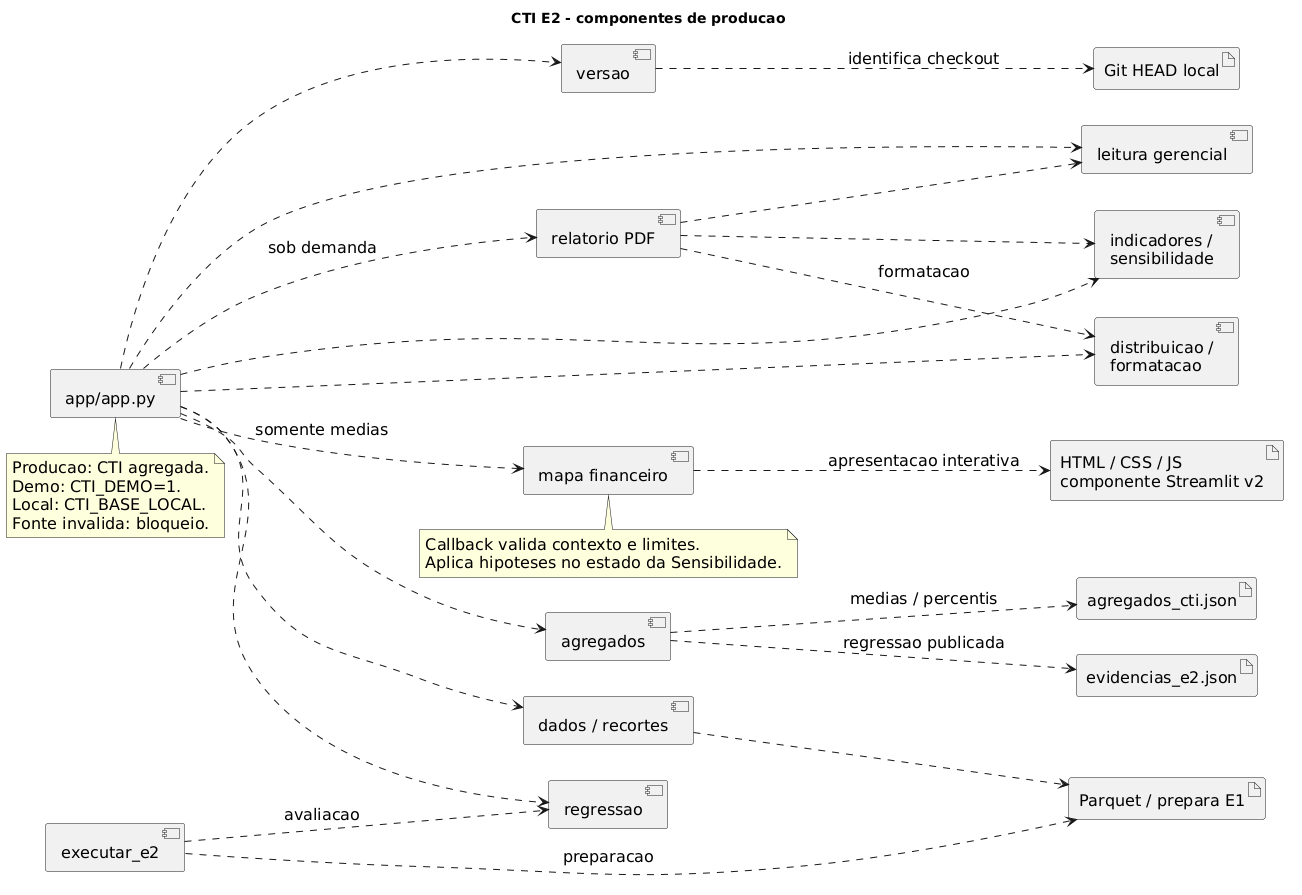
This is documentos/Entrega 2/ES e ML/componentes.png from 2026-2-NCC4/Projeto6, a PlantUML export, as it was before one commit.
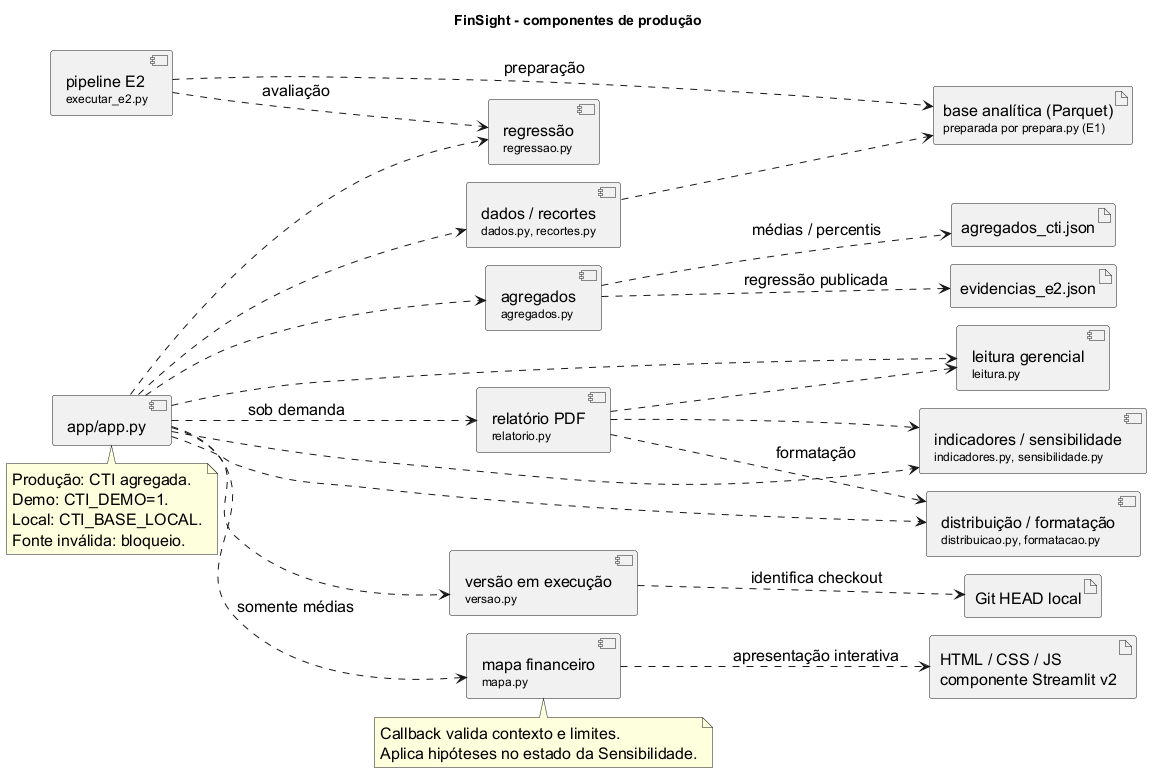
The same diagram one commit later.

Commit message:
docs: renderiza UML revisados e inclui implantacao no PDF de Engenharia

Diff of the diagram source:
```diff
@@ -1,24 +1,25 @@
 @startuml
-title CTI E2 - componentes de producao
+!pragma layout smetana
+title FinSight - componentes de produção
 left to right direction
 skinparam componentStyle uml2
 skinparam defaultFontSize 16
 skinparam backgroundColor white
 component "app/app.py" as App
-component "dados / recortes" as Dados
-component "indicadores /\nsensibilidade" as KPI
-component "distribuicao /\nformatacao" as Dist
-component agregados as Ag
-component regressao as Reg
-component executar_e2 as Exec
-component versao as Versao
-component "leitura gerencial" as Leitura
-component "relatorio PDF" as Relatorio
-component "mapa financeiro" as Mapa
+component "dados / recortes\n<size:12>dados.py, recortes.py</size>" as Dados
+component "indicadores / sensibilidade\n<size:12>indicadores.py, sensibilidade.py</size>" as KPI
+component "distribuição / formatação\n<size:12>distribuicao.py, formatacao.py</size>" as Dist
+component "agregados\n<size:12>agregados.py</size>" as Ag
+component "regressão\n<size:12>regressao.py</size>" as Reg
+component "pipeline E2\n<size:12>executar_e2.py</size>" as Exec
+component "versão em execução\n<size:12>versao.py</size>" as Versao
+component "leitura gerencial\n<size:12>leitura.py</size>" as Leitura
+component "relatório PDF\n<size:12>relatorio.py</size>" as Relatorio
+component "mapa financeiro\n<size:12>mapa.py</size>" as Mapa
 artifact "HTML / CSS / JS\ncomponente Streamlit v2" as Visual
 artifact agregados_cti.json as Json
 artifact evidencias_e2.json as Ev
-artifact "Parquet / prepara E1" as Local
+artifact "base analítica (Parquet)\n<size:12>preparada por prepara.py (E1)</size>" as Local
 artifact "Git HEAD local" as Git
 App ..> Dados
 App ..> KPI
@@ -28,25 +29,25 @@
 App ..> Versao
 App ..> Leitura
 App ..> Relatorio : sob demanda
-App ..> Mapa : somente medias
-Mapa ..> Visual : apresentacao interativa
+App ..> Mapa : somente médias
+Mapa ..> Visual : apresentação interativa
 note bottom of Mapa
 Callback valida contexto e limites.
-Aplica hipoteses no estado da Sensibilidade.
+Aplica hipóteses no estado da Sensibilidade.
 end note
 Relatorio ..> KPI
 Relatorio ..> Leitura
-Relatorio ..> Dist : formatacao
+Relatorio ..> Dist : formatação
 Versao ..> Git : identifica checkout
 Dados ..> Local
-Ag ..> Json : medias / percentis
-Ag ..> Ev : regressao publicada
-Exec ..> Local : preparacao
-Exec ..> Reg : avaliacao
+Ag ..> Json : médias / percentis
+Ag ..> Ev : regressão publicada
+Exec ..> Local : preparação
+Exec ..> Reg : avaliação
 note bottom of App
-Producao: CTI agregada.
+Produção: CTI agregada.
 Demo: CTI_DEMO=1.
 Local: CTI_BASE_LOCAL.
-Fonte invalida: bloqueio.
+Fonte inválida: bloqueio.
 end note
 @enduml
```
